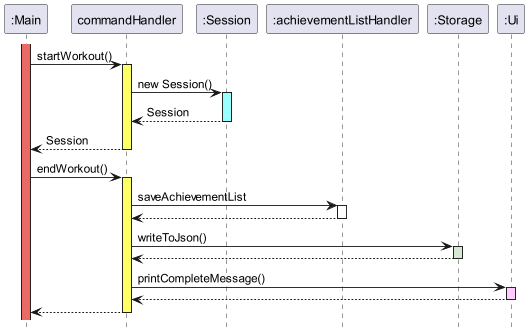
Earlier version of the PlantUML export docs/UML/Images/overall_sequence.png (nus-cs2113-AY2223S2/tp).
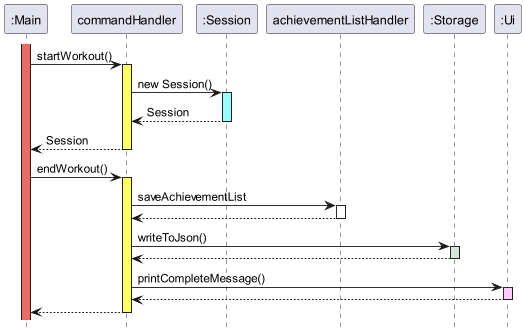
The same file after the commit.

Diff of the diagram source:
```diff
@@ -12,10 +12,10 @@
 commandHandler --> main -- : Session
 
 main -> commandHandler ++ LOGIC_COLOUR : endWorkout()
-commandHandler -> ":achievementListHandler" : saveAchievementList
-activate ":achievementListHandler"
-":achievementListHandler" --> commandHandler
-deactivate ":achievementListHandler"
+commandHandler -> "achievementListHandler" : saveAchievementList
+activate "achievementListHandler"
+"achievementListHandler" --> commandHandler
+deactivate "achievementListHandler"
 commandHandler -> ":Storage" ++ STORAGE_COLOUR : writeToJson()
 ":Storage" --> commandHandler
 deactivate ":Storage"
```
